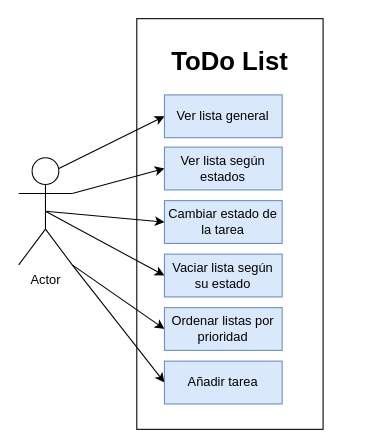
The draw.io diagram diagrama.drawio in Monicarp310/todo-list-web-nativo, before the edit. Source tidied: cells renumbered, new cells numbered last; positions are measured from the earlier drawing's top-left corner, leaving out a move shared by most shapes. Both pictures are drawn from the tidied source at 107%, with x=0, y=0 at pixel (18, 40).
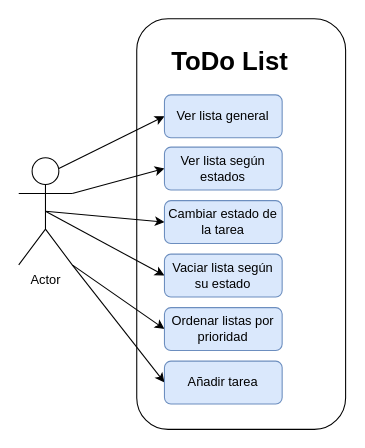
Above is the later version.

Diff of the diagram source:
```diff
@@
 <mxGraphModel>
   <root>
     <mxCell id="0" />
     <mxCell id="1" parent="0" />
-    <mxCell id="2" style="rounded=0;whiteSpace=wrap;html=1;rotation=-90;" parent="1" vertex="1">
-      <mxGeometry x="5.5" y="84.8" width="383.8" height="174.1" as="geometry" />
+    <mxCell id="2" style="rounded=1;whiteSpace=wrap;html=1;rotation=-90;" parent="1" vertex="1">
+      <mxGeometry x="16" y="74.3" width="383.8" height="195.2" as="geometry" />
     </mxCell>
-    <mxCell id="3" style="edgeStyle=none;html=1;exitX=0.75;exitY=0.1;exitDx=0;exitDy=0;exitPerimeter=0;entryX=0;entryY=0.5;entryDx=0;entryDy=0;fontColor=#000000;" parent="1" edge="1" source="9" target="11">
+    <mxCell id="3" style="edgeStyle=none;html=1;exitX=0.75;exitY=0.1;exitDx=0;exitDy=0;exitPerimeter=0;entryX=0;entryY=0.5;entryDx=0;entryDy=0;fontColor=#000000;rounded=1;" parent="1" edge="1" source="9" target="11">
       <mxGeometry relative="1" as="geometry" />
     </mxCell>
-    <mxCell id="4" style="edgeStyle=none;html=1;exitX=1;exitY=0.3333333333333333;exitDx=0;exitDy=0;exitPerimeter=0;entryX=0;entryY=0.5;entryDx=0;entryDy=0;fontColor=#000000;" parent="1" edge="1" source="9" target="12">
+    <mxCell id="4" style="edgeStyle=none;html=1;exitX=1;exitY=0.3333333333333333;exitDx=0;exitDy=0;exitPerimeter=0;entryX=0;entryY=0.5;entryDx=0;entryDy=0;fontColor=#000000;rounded=1;" parent="1" edge="1" source="9" target="12">
       <mxGeometry relative="1" as="geometry" />
     </mxCell>
-    <mxCell id="5" style="edgeStyle=none;html=1;exitX=0.5;exitY=0.5;exitDx=0;exitDy=0;exitPerimeter=0;entryX=0;entryY=0.5;entryDx=0;entryDy=0;fontColor=#000000;" parent="1" edge="1" source="9" target="13">
+    <mxCell id="5" style="edgeStyle=none;html=1;exitX=0.5;exitY=0.5;exitDx=0;exitDy=0;exitPerimeter=0;entryX=0;entryY=0.5;entryDx=0;entryDy=0;fontColor=#000000;rounded=1;" parent="1" edge="1" source="9" target="13">
       <mxGeometry relative="1" as="geometry" />
     </mxCell>
-    <mxCell id="6" style="edgeStyle=none;html=1;exitX=0.5;exitY=0.5;exitDx=0;exitDy=0;exitPerimeter=0;entryX=0;entryY=0.5;entryDx=0;entryDy=0;fontColor=#000000;" parent="1" edge="1" source="9" target="14">
+    <mxCell id="6" style="edgeStyle=none;html=1;exitX=0.5;exitY=0.5;exitDx=0;exitDy=0;exitPerimeter=0;entryX=0;entryY=0.5;entryDx=0;entryDy=0;fontColor=#000000;rounded=1;" parent="1" edge="1" source="9" target="14">
       <mxGeometry relative="1" as="geometry" />
     </mxCell>
-    <mxCell id="7" style="edgeStyle=none;html=1;exitX=1;exitY=1;exitDx=0;exitDy=0;exitPerimeter=0;entryX=0;entryY=0.5;entryDx=0;entryDy=0;fontColor=#000000;" parent="1" edge="1" source="9" target="15">
+    <mxCell id="7" style="edgeStyle=none;html=1;exitX=1;exitY=1;exitDx=0;exitDy=0;exitPerimeter=0;entryX=0;entryY=0.5;entryDx=0;entryDy=0;fontColor=#000000;rounded=1;" parent="1" edge="1" source="9" target="15">
       <mxGeometry relative="1" as="geometry" />
     </mxCell>
-    <mxCell id="8" style="edgeStyle=none;html=1;exitX=1;exitY=1;exitDx=0;exitDy=0;exitPerimeter=0;entryX=0;entryY=0.5;entryDx=0;entryDy=0;fontColor=#000000;" parent="1" edge="1" source="9" target="16">
+    <mxCell id="8" style="edgeStyle=none;html=1;exitX=1;exitY=1;exitDx=0;exitDy=0;exitPerimeter=0;entryX=0;entryY=0.5;entryDx=0;entryDy=0;fontColor=#000000;rounded=1;" parent="1" edge="1" source="9" target="16">
       <mxGeometry relative="1" as="geometry" />
     </mxCell>
-    <mxCell id="9" value="Actor" style="shape=umlActor;verticalLabelPosition=bottom;verticalAlign=top;html=1;outlineConnect=0;" parent="1" vertex="1">
+    <mxCell id="9" value="Actor" style="shape=umlActor;verticalLabelPosition=bottom;verticalAlign=top;html=1;outlineConnect=0;rounded=1;" parent="1" vertex="1">
       <mxGeometry y="110" width="50" height="100" as="geometry" />
     </mxCell>
-    <mxCell id="10" value="ToDo List" style="text;strokeColor=none;fillColor=none;html=1;fontSize=24;fontStyle=1;verticalAlign=middle;align=center;" parent="1" vertex="1">
+    <mxCell id="10" value="ToDo List" style="text;strokeColor=none;fillColor=none;html=1;fontSize=24;fontStyle=1;verticalAlign=middle;align=center;rounded=1;" parent="1" vertex="1">
       <mxGeometry x="120.5" width="153.8" height="40" as="geometry" />
     </mxCell>
-    <mxCell id="11" value="&lt;font color=&quot;#000000&quot;&gt;Ver lista general&lt;/font&gt;" style="rounded=0;whiteSpace=wrap;html=1;fillColor=#dae8fc;strokeColor=#6c8ebf;" parent="1" vertex="1">
+    <mxCell id="11" value="&lt;font color=&quot;#000000&quot;&gt;Ver lista general&lt;/font&gt;" style="rounded=1;whiteSpace=wrap;html=1;fillColor=#dae8fc;strokeColor=#6c8ebf;" parent="1" vertex="1">
       <mxGeometry x="136.2" y="51.2" width="110" height="40" as="geometry" />
     </mxCell>
-    <mxCell id="12" value="&lt;font color=&quot;#000000&quot;&gt;Ver lista según estados&lt;/font&gt;" style="rounded=0;whiteSpace=wrap;html=1;fillColor=#dae8fc;strokeColor=#6c8ebf;" parent="1" vertex="1">
+    <mxCell id="12" value="&lt;font color=&quot;#000000&quot;&gt;Ver lista según estados&lt;/font&gt;" style="rounded=1;whiteSpace=wrap;html=1;fillColor=#dae8fc;strokeColor=#6c8ebf;" parent="1" vertex="1">
       <mxGeometry x="136.2" y="100" width="110" height="40" as="geometry" />
     </mxCell>
-    <mxCell id="13" value="&lt;font color=&quot;#000000&quot;&gt;Cambiar estado de la tarea&lt;/font&gt;" style="rounded=0;whiteSpace=wrap;html=1;fillColor=#dae8fc;strokeColor=#6c8ebf;" parent="1" vertex="1">
+    <mxCell id="13" value="&lt;font color=&quot;#000000&quot;&gt;Cambiar estado de la tarea&lt;/font&gt;" style="rounded=1;whiteSpace=wrap;html=1;fillColor=#dae8fc;strokeColor=#6c8ebf;" parent="1" vertex="1">
       <mxGeometry x="136.2" y="150" width="110" height="40" as="geometry" />
     </mxCell>
-    <mxCell id="14" value="&lt;font color=&quot;#000000&quot;&gt;Vaciar lista según su estado&lt;/font&gt;" style="rounded=0;whiteSpace=wrap;html=1;fillColor=#dae8fc;strokeColor=#6c8ebf;" parent="1" vertex="1">
+    <mxCell id="14" value="&lt;font color=&quot;#000000&quot;&gt;Vaciar lista según su estado&lt;/font&gt;" style="rounded=1;whiteSpace=wrap;html=1;fillColor=#dae8fc;strokeColor=#6c8ebf;" parent="1" vertex="1">
       <mxGeometry x="136.2" y="200" width="110" height="40" as="geometry" />
     </mxCell>
-    <mxCell id="15" value="&lt;font color=&quot;#000000&quot;&gt;Ordenar listas por prioridad&lt;/font&gt;" style="rounded=0;whiteSpace=wrap;html=1;fillColor=#dae8fc;strokeColor=#6c8ebf;" parent="1" vertex="1">
+    <mxCell id="15" value="&lt;font color=&quot;#000000&quot;&gt;Ordenar listas por prioridad&lt;/font&gt;" style="rounded=1;whiteSpace=wrap;html=1;fillColor=#dae8fc;strokeColor=#6c8ebf;" parent="1" vertex="1">
       <mxGeometry x="136.2" y="250" width="110" height="40" as="geometry" />
     </mxCell>
-    <mxCell id="16" value="&lt;font color=&quot;#000000&quot;&gt;Añadir tarea&lt;/font&gt;" style="rounded=0;whiteSpace=wrap;html=1;fillColor=#dae8fc;strokeColor=#6c8ebf;" parent="1" vertex="1">
+    <mxCell id="16" value="&lt;font color=&quot;#000000&quot;&gt;Añadir tarea&lt;/font&gt;" style="rounded=1;whiteSpace=wrap;html=1;fillColor=#dae8fc;strokeColor=#6c8ebf;" parent="1" vertex="1">
       <mxGeometry x="136.2" y="300" width="110" height="40" as="geometry" />
     </mxCell>
   </root>
 </mxGraphModel>
```
